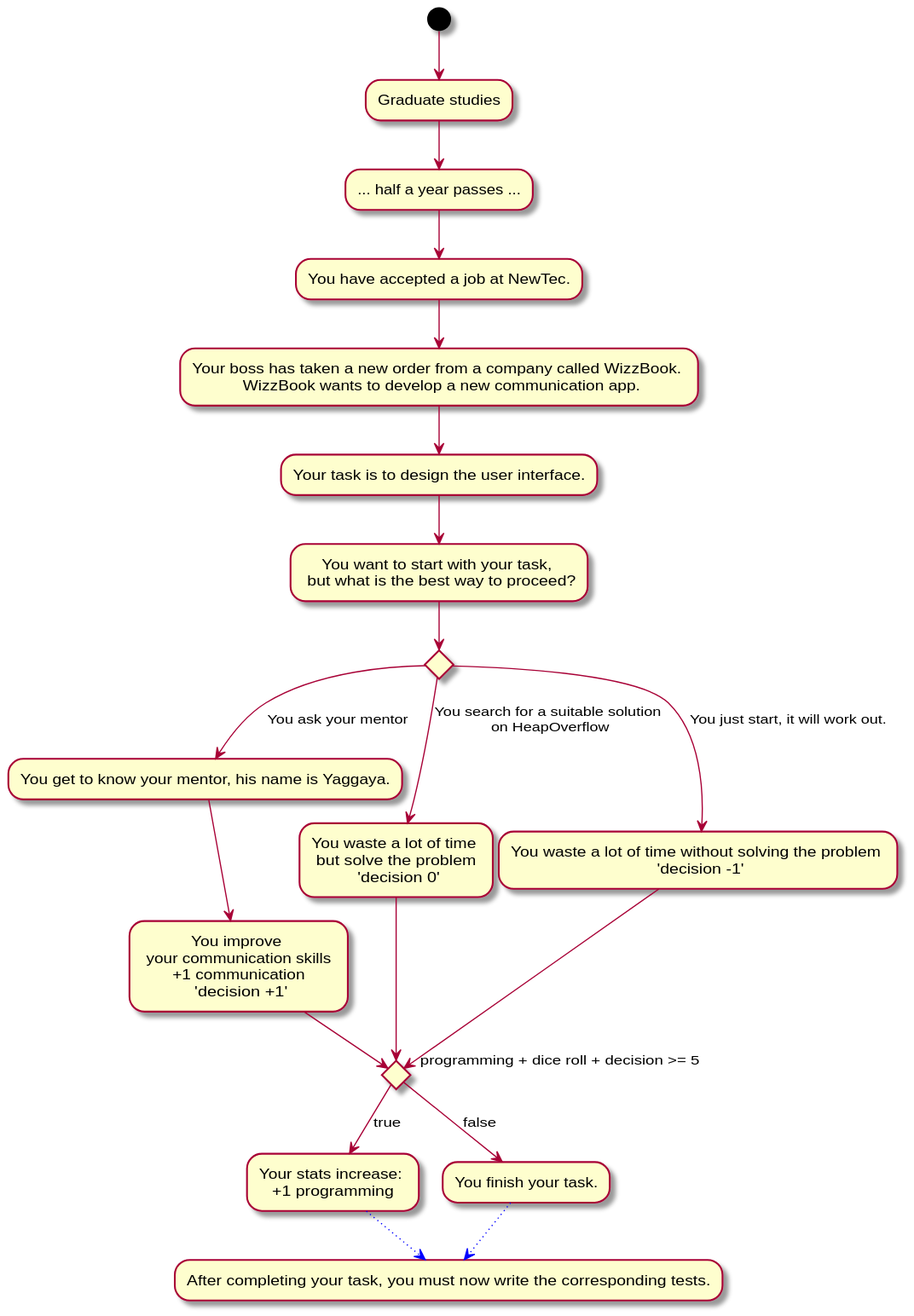
Earlier version of the PlantUML export Docs/Technical Specifications/docs/diagrams/StoryFlow/StoryFlow_Decision_4.svg (Brotenko/QualityQuest).
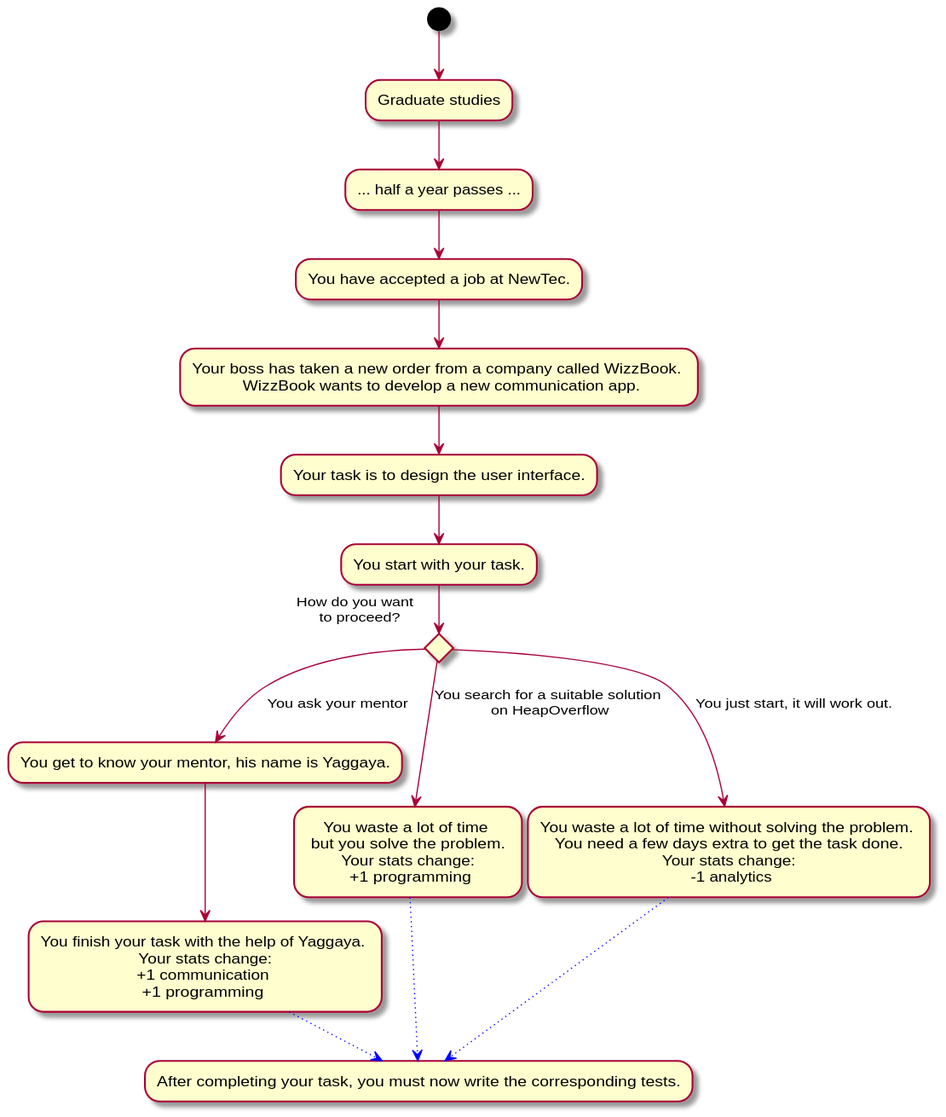
After the change.

The edit, as a diff of the source:
```diff
@@ -1,27 +1,20 @@
 @startuml
-(*) --> "Graduate studies" as as
+(*) --> "Graduate studies"
 --> "... half a year passes ..."
 --> "You have accepted a job at NewTec."
---> "Your boss has taken a new order from a company called WizzBook. \n WizzBook wants to develop a new communication app." as a1
+--> "Your boss has taken a new order from a company called WizzBook. \n WizzBook wants to develop a new communication app."
 --> "Your task is to design the user interface."
---> "You want to start with your task, \n but what is the best way to proceed?"
-if "" then
+--> "You start with your task."
+if "How do you want \n to proceed?" then
 --> [You ask your mentor] "You get to know your mentor, his name is Yaggaya."
---> "You improve \n your communication skills \n +1 communication \n 'decision +1'" as mentor
+--> "You finish your task with the help of Yaggaya. \n Your stats change: \n+1 communication \n+1 programming " as mentor
 else
---> [You search for a suitable solution\n on HeapOverflow] "You waste a lot of time \n but solve the problem \n 'decision 0'" as b
+--> [You search for a suitable solution\n on HeapOverflow] "You waste a lot of time \n but you solve the problem. \n Your stats change: \n +1 programming" as heapFlow
 else
---> [You just start, it will work out.] "You waste a lot of time without solving the problem \n 'decision -1'" as c
-if "programming + dice roll + decision >= 5" as random then
---> [true] "Your stats increase: \n +1 programming " as p1
-else
---> [false] "You finish your task."
-
+--> [You just start, it will work out.] "You waste a lot of time without solving the problem. \n You need a few days extra to get the task done. \n Your stats change: \n -1 analytics"
 
 -[#blue,dotted]-> "After completing your task, you must now write the corresponding tests." as newD
 
-
-p1 -[#blue,dotted]-> newD
-mentor --> random
-b --> random
+mentor -[#blue,dotted]-> newD
+heapFlow -[#blue,dotted]-> newD
 @enduml
```
